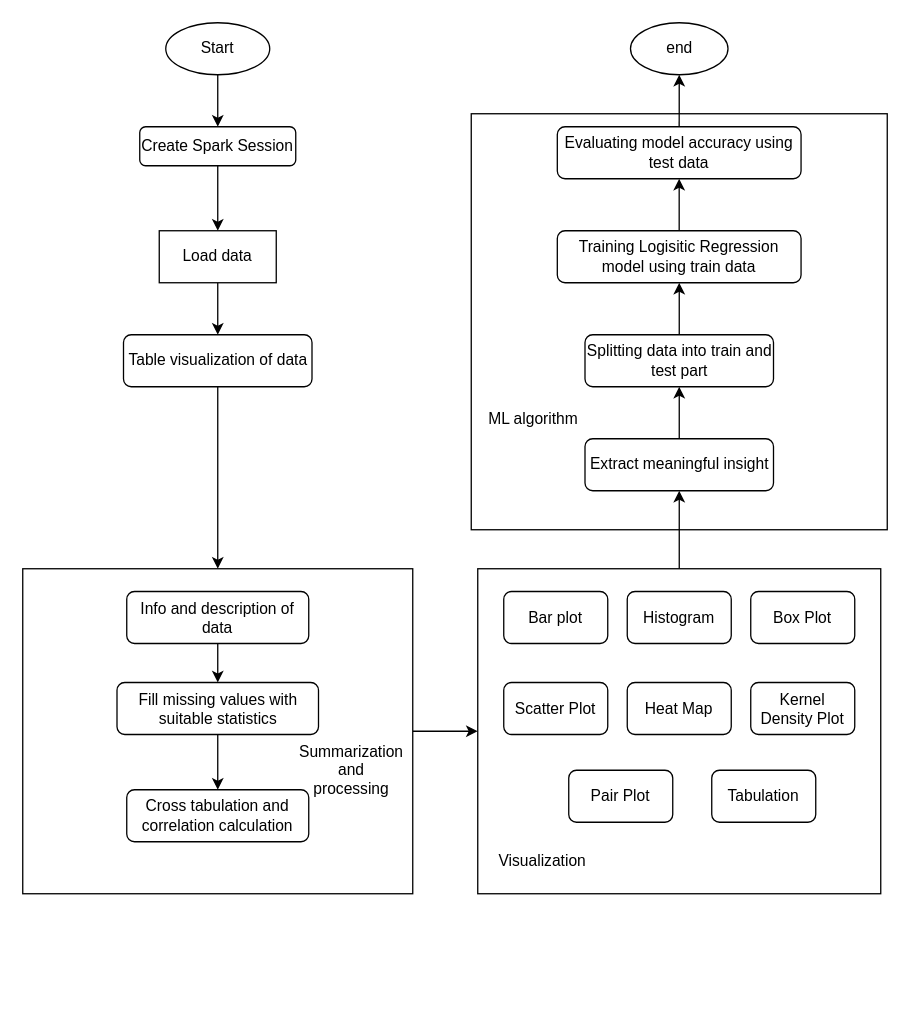
Before: sem7/ML/DA.drawio in adnan2232/College, a draw.io diagram. Source tidied: cells renumbered, new cells numbered last; positions are measured from the earlier drawing's top-left corner, leaving out a move shared by most shapes. Both pictures are drawn from the tidied source at 130%, with x=0, y=0 at pixel (22, 22).
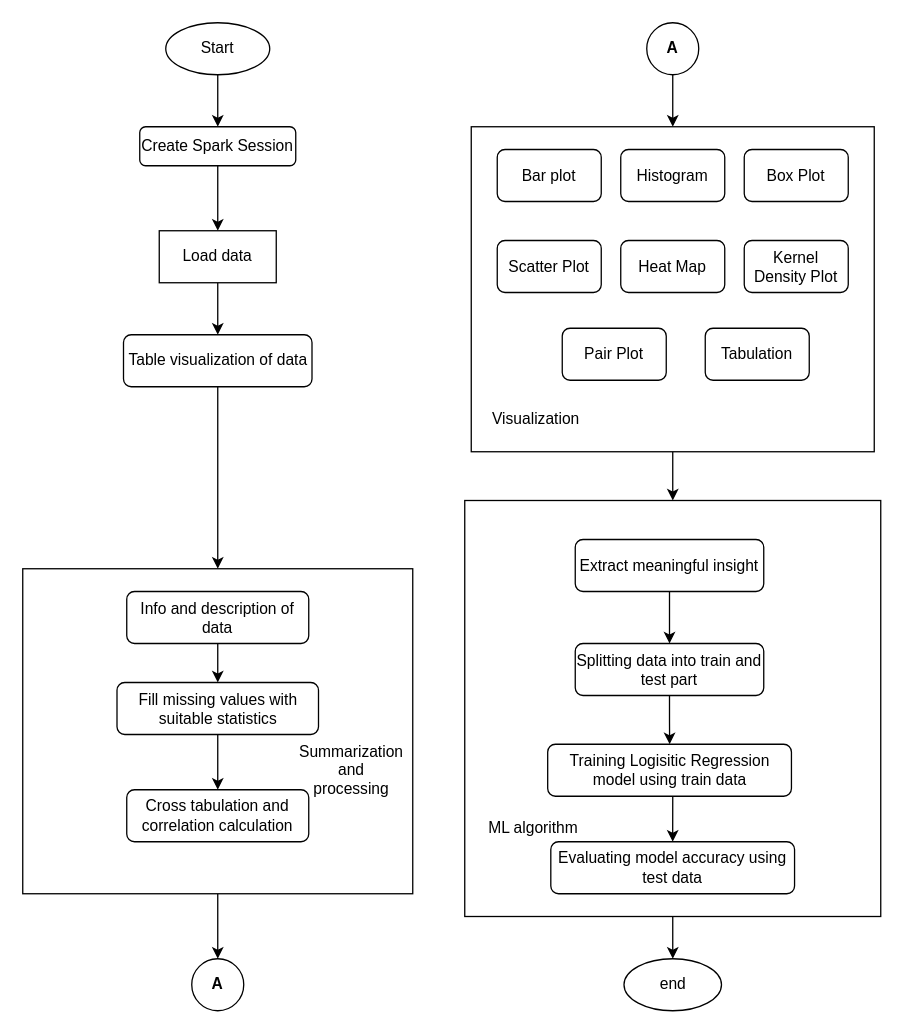
After the change.

The change refers to these unchanged cells:
```xml
<mxCell id="4" style="rounded=0;whiteSpace=wrap;html=1;" parent="1" vertex="1">
  <mxGeometry y="420" width="300" height="250" as="geometry" />
</mxCell>
```

What changed in the source:
```diff
@@
+    <mxCell id="40" style="edgeStyle=orthogonalEdgeStyle;rounded=0;jettySize=auto;html=1;exitX=0.5;exitY=1;exitDx=0;exitDy=0;entryX=0.5;entryY=0;entryDx=0;entryDy=0;" parent="1" edge="1" source="2" target="29">
+      <mxGeometry relative="1" as="geometry" />
+    </mxCell>
     <mxCell id="2" style="whiteSpace=wrap;html=1;" parent="1" vertex="1">
-      <mxGeometry x="345" y="70" width="320" height="320" as="geometry" />
+      <mxGeometry x="340" y="367.5" width="320" height="320" as="geometry" />
     </mxCell>
-    <mxCell id="3" style="edgeStyle=orthogonalEdgeStyle;rounded=0;jettySize=auto;html=1;exitX=1;exitY=0.5;exitDx=0;exitDy=0;" parent="1" edge="1" source="4" target="19">
-      <mxGeometry relative="1" as="geometry" />
-    </mxCell>
+    <mxCell id="41" style="edgeStyle=orthogonalEdgeStyle;rounded=0;jettySize=auto;html=1;exitX=0.5;exitY=1;exitDx=0;exitDy=0;entryX=0.5;entryY=0;entryDx=0;entryDy=0;" parent="1" edge="1" source="4" target="43">
+      <mxGeometry relative="1" as="geometry" />
+    </mxCell>
@@
-    <mxCell id="18" style="edgeStyle=orthogonalEdgeStyle;rounded=0;jettySize=auto;html=1;" parent="1" edge="1" source="19" target="31">
-      <mxGeometry relative="1" as="geometry" />
-    </mxCell>
+    <mxCell id="42" style="edgeStyle=orthogonalEdgeStyle;rounded=0;jettySize=auto;html=1;exitX=0.5;exitY=1;exitDx=0;exitDy=0;entryX=0.5;entryY=0;entryDx=0;entryDy=0;" parent="1" edge="1" source="19" target="2">
+      <mxGeometry relative="1" as="geometry" />
+    </mxCell>
     <mxCell id="19" style="rounded=0;whiteSpace=wrap;html=1;" parent="1" vertex="1">
-      <mxGeometry x="350" y="420" width="310" height="250" as="geometry" />
+      <mxGeometry x="345" y="80" width="310" height="250" as="geometry" />
     </mxCell>
     <mxCell id="20" value="Bar plot" style="rounded=1;whiteSpace=wrap;html=1;" parent="1" vertex="1">
-      <mxGeometry x="370" y="437.5" width="80" height="40" as="geometry" />
+      <mxGeometry x="365" y="97.5" width="80" height="40" as="geometry" />
     </mxCell>
     <mxCell id="21" value="Histogram" style="rounded=1;whiteSpace=wrap;html=1;" parent="1" vertex="1">
-      <mxGeometry x="465" y="437.5" width="80" height="40" as="geometry" />
+      <mxGeometry x="460" y="97.5" width="80" height="40" as="geometry" />
     </mxCell>
     <mxCell id="22" value="Box Plot" style="rounded=1;whiteSpace=wrap;html=1;" parent="1" vertex="1">
-      <mxGeometry x="560" y="437.5" width="80" height="40" as="geometry" />
+      <mxGeometry x="555" y="97.5" width="80" height="40" as="geometry" />
     </mxCell>
     <mxCell id="23" value="Scatter Plot" style="rounded=1;whiteSpace=wrap;html=1;" parent="1" vertex="1">
-      <mxGeometry x="370" y="507.5" width="80" height="40" as="geometry" />
+      <mxGeometry x="365" y="167.5" width="80" height="40" as="geometry" />
     </mxCell>
     <mxCell id="24" value="Heat Map" style="rounded=1;whiteSpace=wrap;html=1;" parent="1" vertex="1">
-      <mxGeometry x="465" y="507.5" width="80" height="40" as="geometry" />
+      <mxGeometry x="460" y="167.5" width="80" height="40" as="geometry" />
     </mxCell>
     <mxCell id="25" value="Kernel Density Plot" style="rounded=1;whiteSpace=wrap;html=1;" parent="1" vertex="1">
-      <mxGeometry x="560" y="507.5" width="80" height="40" as="geometry" />
+      <mxGeometry x="555" y="167.5" width="80" height="40" as="geometry" />
     </mxCell>
     <mxCell id="26" value="Pair Plot" style="rounded=1;whiteSpace=wrap;html=1;" parent="1" vertex="1">
-      <mxGeometry x="420" y="575" width="80" height="40" as="geometry" />
+      <mxGeometry x="415" y="235" width="80" height="40" as="geometry" />
     </mxCell>
     <mxCell id="27" value="Visualization" style="text;html=1;strokeColor=none;fillColor=none;align=center;verticalAlign=middle;whiteSpace=wrap;rounded=0;" parent="1" vertex="1">
-      <mxGeometry x="370" y="630" width="60" height="30" as="geometry" />
+      <mxGeometry x="365" y="290" width="60" height="30" as="geometry" />
     </mxCell>
     <mxCell id="28" value="Tabulation" style="rounded=1;whiteSpace=wrap;html=1;" parent="1" vertex="1">
-      <mxGeometry x="530" y="575" width="80" height="40" as="geometry" />
+      <mxGeometry x="525" y="235" width="80" height="40" as="geometry" />
     </mxCell>
-    <mxCell id="29" value="end" style="ellipse;whiteSpace=wrap;html=1;rounded=0;" parent="1" vertex="1">
-      <mxGeometry x="467.5" width="75" height="40" as="geometry" />
-    </mxCell>
-    <mxCell id="30" style="edgeStyle=orthogonalEdgeStyle;rounded=0;jettySize=auto;html=1;entryX=0.5;entryY=1;entryDx=0;entryDy=0;" parent="1" edge="1" source="31" target="34">
+    <mxCell id="30" style="edgeStyle=orthogonalEdgeStyle;rounded=0;jettySize=auto;html=1;exitX=0.5;exitY=1;exitDx=0;exitDy=0;entryX=0.5;entryY=0;entryDx=0;entryDy=0;" parent="1" edge="1" source="31" target="34">
       <mxGeometry relative="1" as="geometry" />
     </mxCell>
     <mxCell id="31" value="Extract meaningful insight" style="rounded=1;whiteSpace=wrap;html=1;" parent="1" vertex="1">
-      <mxGeometry x="432.5" y="320" width="145" height="40" as="geometry" />
+      <mxGeometry x="425" y="397.5" width="145" height="40" as="geometry" />
     </mxCell>
@@
-    <mxCell id="33" style="edgeStyle=orthogonalEdgeStyle;rounded=0;jettySize=auto;html=1;" parent="1" edge="1" source="34" target="36">
+    <mxCell id="33" style="edgeStyle=orthogonalEdgeStyle;rounded=0;jettySize=auto;html=1;exitX=0.5;exitY=1;exitDx=0;exitDy=0;" parent="1" edge="1" source="34" target="36">
       <mxGeometry relative="1" as="geometry" />
     </mxCell>
     <mxCell id="34" value="Splitting data into train and test part" style="rounded=1;whiteSpace=wrap;html=1;" parent="1" vertex="1">
-      <mxGeometry x="432.5" y="240" width="145" height="40" as="geometry" />
+      <mxGeometry x="425" y="477.5" width="145" height="40" as="geometry" />
     </mxCell>
-    <mxCell id="35" style="edgeStyle=orthogonalEdgeStyle;rounded=0;jettySize=auto;html=1;exitX=0.5;exitY=0;exitDx=0;exitDy=0;entryX=0.5;entryY=1;entryDx=0;entryDy=0;" parent="1" edge="1" source="36" target="38">
+    <mxCell id="35" style="edgeStyle=orthogonalEdgeStyle;rounded=0;jettySize=auto;html=1;exitX=0.5;exitY=1;exitDx=0;exitDy=0;entryX=0.5;entryY=0;entryDx=0;entryDy=0;" parent="1" edge="1" source="36" target="38">
       <mxGeometry relative="1" as="geometry" />
     </mxCell>
     <mxCell id="36" value="Training Logisitic Regression model using train data" style="rounded=1;whiteSpace=wrap;html=1;" parent="1" vertex="1">
-      <mxGeometry x="411.2" y="160" width="187.5" height="40" as="geometry" />
+      <mxGeometry x="403.8" y="555" width="187.5" height="40" as="geometry" />
     </mxCell>
-    <mxCell id="37" style="edgeStyle=orthogonalEdgeStyle;rounded=0;jettySize=auto;html=1;exitX=0.5;exitY=0;exitDx=0;exitDy=0;" parent="1" edge="1" source="38" target="29">
-      <mxGeometry relative="1" as="geometry" />
-    </mxCell>
     <mxCell id="38" value="Evaluating model accuracy using test data" style="rounded=1;whiteSpace=wrap;html=1;" parent="1" vertex="1">
-      <mxGeometry x="411.2" y="80" width="187.5" height="40" as="geometry" />
+      <mxGeometry x="406.2" y="630" width="187.5" height="40" as="geometry" />
     </mxCell>
     <mxCell id="39" value="ML algorithm" style="text;html=1;strokeColor=none;fillColor=none;align=center;verticalAlign=middle;whiteSpace=wrap;rounded=0;" parent="1" vertex="1">
-      <mxGeometry x="352.5" y="290" width="80" height="30" as="geometry" />
+      <mxGeometry x="352.5" y="605" width="80" height="30" as="geometry" />
     </mxCell>
+    <mxCell id="43" value="&lt;b&gt;A&lt;/b&gt;" style="ellipse;whiteSpace=wrap;html=1;" parent="1" vertex="1">
+      <mxGeometry x="130" y="720" width="40" height="40" as="geometry" />
+    </mxCell>
+    <mxCell id="29" value="end" style="ellipse;whiteSpace=wrap;html=1;rounded=0;" parent="1" vertex="1">
+      <mxGeometry x="462.5" y="720" width="75" height="40" as="geometry" />
+    </mxCell>
+    <mxCell id="44" style="edgeStyle=orthogonalEdgeStyle;rounded=0;jettySize=auto;html=1;exitX=0.5;exitY=1;exitDx=0;exitDy=0;entryX=0.5;entryY=0;entryDx=0;entryDy=0;" parent="1" edge="1" source="45" target="19">
+      <mxGeometry relative="1" as="geometry" />
+    </mxCell>
+    <mxCell id="45" value="&lt;b&gt;A&lt;/b&gt;" style="ellipse;whiteSpace=wrap;html=1;" parent="1" vertex="1">
+      <mxGeometry x="480" width="40" height="40" as="geometry" />
+    </mxCell>
```
